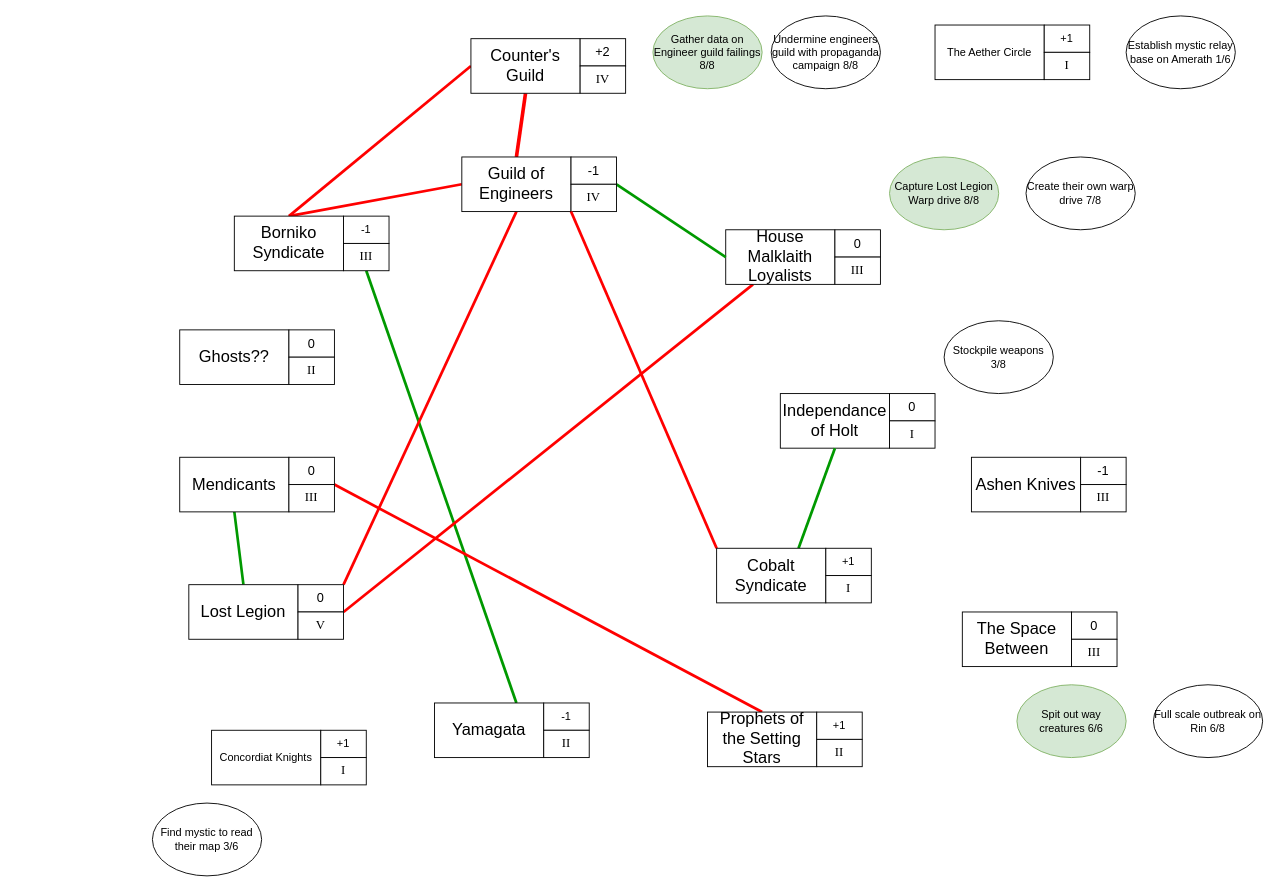
This is SaV_Season2.drawio from decyne/rpg-prep, a draw.io file, before an edit. Source tidied: cells renumbered, new cells numbered last; positions are measured from the earlier drawing's top-left corner, leaving out a move shared by most shapes. Both pictures are drawn from the tidied source at 91%, with x=0, y=0 at pixel (152, 15).
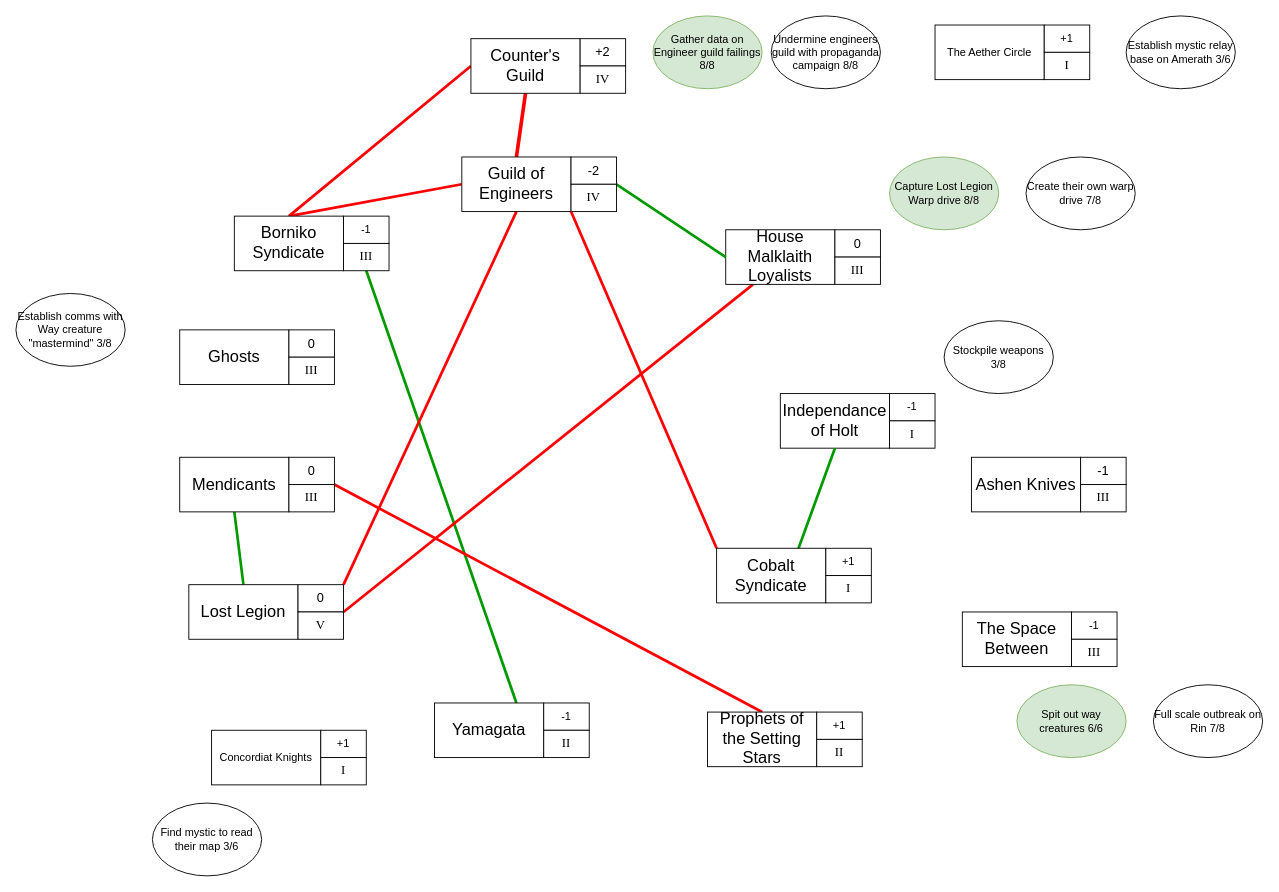
The same diagram, later.

The edit, as a diff of the source:
```diff
@@
-    <mxCell id="8" value="&lt;font style=&quot;font-size: 18px&quot;&gt;Ghosts??&lt;/font&gt;" style="rounded=0;whiteSpace=wrap;html=1;" parent="1" vertex="1">
+    <mxCell id="8" value="&lt;font style=&quot;font-size: 18px&quot;&gt;Ghosts&lt;/font&gt;" style="rounded=0;whiteSpace=wrap;html=1;" parent="1" vertex="1">
       <mxGeometry x="30" y="345" width="120" height="60" as="geometry" />
     </mxCell>
@@
-    <mxCell id="10" value="&lt;font face=&quot;Times New Roman&quot; style=&quot;font-size: 14px&quot;&gt;II&lt;/font&gt;" style="rounded=0;whiteSpace=wrap;html=1;" parent="1" vertex="1">
+    <mxCell id="10" value="&lt;font style=&quot;font-size: 14px&quot; face=&quot;Times New Roman&quot;&gt;III&lt;/font&gt;" style="rounded=0;whiteSpace=wrap;html=1;" parent="1" vertex="1">
       <mxGeometry x="150" y="375" width="50" height="30" as="geometry" />
     </mxCell>
@@
-    <mxCell id="27" value="&lt;font style=&quot;font-size: 14px&quot;&gt;-1&lt;/font&gt;" style="rounded=0;whiteSpace=wrap;html=1;" parent="1" vertex="1">
+    <mxCell id="27" value="&lt;font style=&quot;font-size: 14px&quot;&gt;-2&lt;/font&gt;" style="rounded=0;whiteSpace=wrap;html=1;" parent="1" vertex="1">
       <mxGeometry x="460" y="155" width="50" height="30" as="geometry" />
     </mxCell>
@@
-    <mxCell id="33" value="&lt;font style=&quot;font-size: 14px&quot;&gt;0&lt;/font&gt;" style="rounded=0;whiteSpace=wrap;html=1;" parent="1" vertex="1">
+    <mxCell id="33" value="-1" style="rounded=0;whiteSpace=wrap;html=1;" parent="1" vertex="1">
       <mxGeometry x="810" y="415" width="50" height="30" as="geometry" />
     </mxCell>
@@
-    <mxCell id="54" value="&lt;font style=&quot;font-size: 14px&quot;&gt;0&lt;/font&gt;" style="rounded=0;whiteSpace=wrap;html=1;" parent="1" vertex="1">
+    <mxCell id="54" value="-1" style="rounded=0;whiteSpace=wrap;html=1;" parent="1" vertex="1">
       <mxGeometry x="1010" y="655" width="50" height="30" as="geometry" />
     </mxCell>
@@
-    <mxCell id="63" value="Full scale outbreak on Rin 6/8" style="ellipse;whiteSpace=wrap;html=1;" parent="1" vertex="1">
+    <mxCell id="63" value="Full scale outbreak on Rin 7/8" style="ellipse;whiteSpace=wrap;html=1;" parent="1" vertex="1">
       <mxGeometry x="1100" y="735" width="120" height="80" as="geometry" />
     </mxCell>
-    <mxCell id="64" value="Establish mystic relay base on Amerath 1/6" style="ellipse;whiteSpace=wrap;html=1;" parent="1" vertex="1">
+    <mxCell id="64" value="Establish mystic relay base on Amerath 3/6" style="ellipse;whiteSpace=wrap;html=1;" parent="1" vertex="1">
       <mxGeometry x="1070" width="120" height="80" as="geometry" />
     </mxCell>
@@
+    <mxCell id="67" value="Establish comms with Way creature &quot;mastermind&quot; 3/8" style="ellipse;whiteSpace=wrap;html=1;" parent="1" vertex="1">
+      <mxGeometry x="-150" y="305" width="120" height="80" as="geometry" />
+    </mxCell>
```
